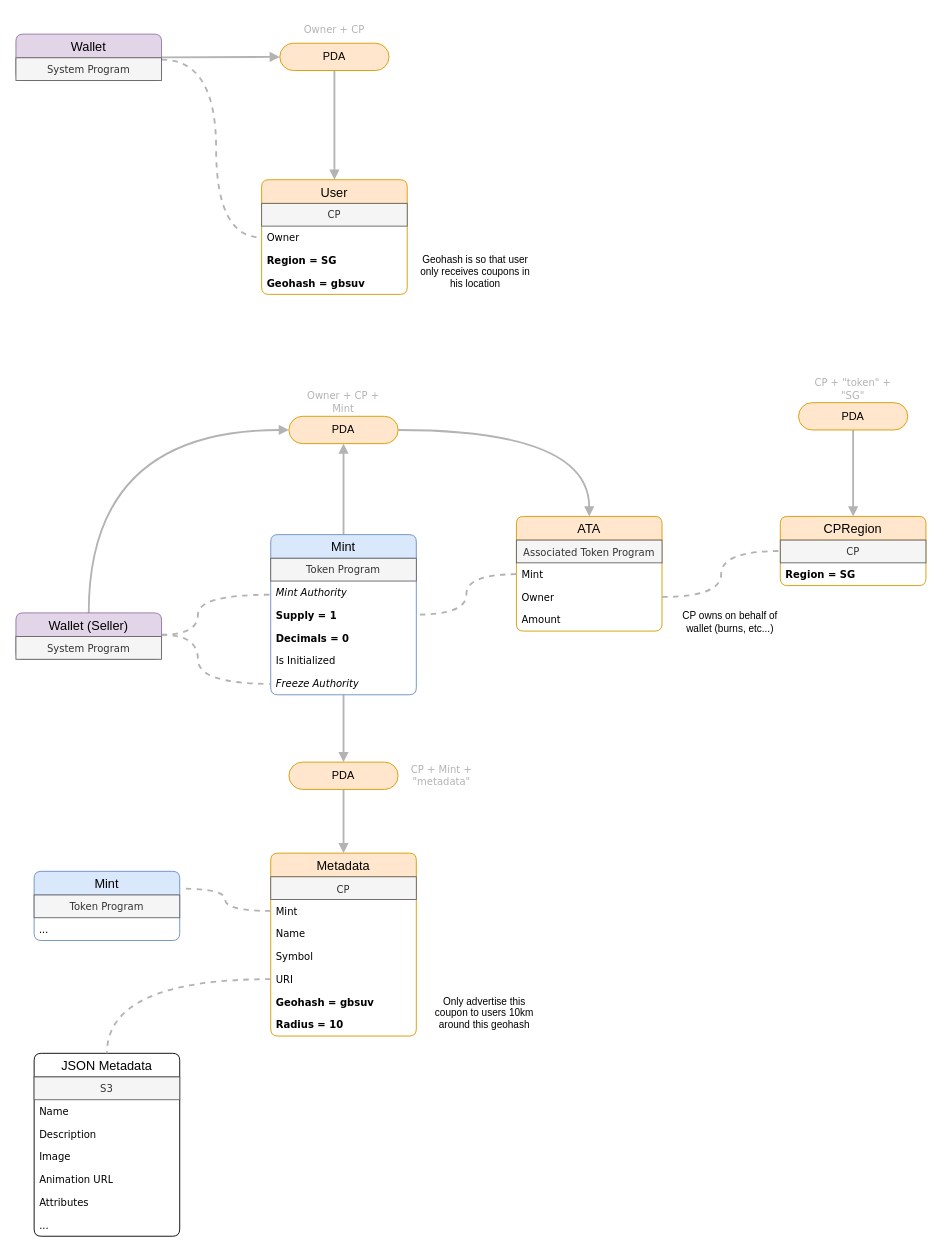
Above: RFCs/accounts.drawio in HMXHIU/christmas (draw.io), before the change. Source tidied: cells renumbered, new cells numbered last; positions are measured from the earlier drawing's top-left corner, leaving out a move shared by most shapes. Both pictures are drawn from the tidied source at 91%, with x=0, y=0 at pixel (15, 15).
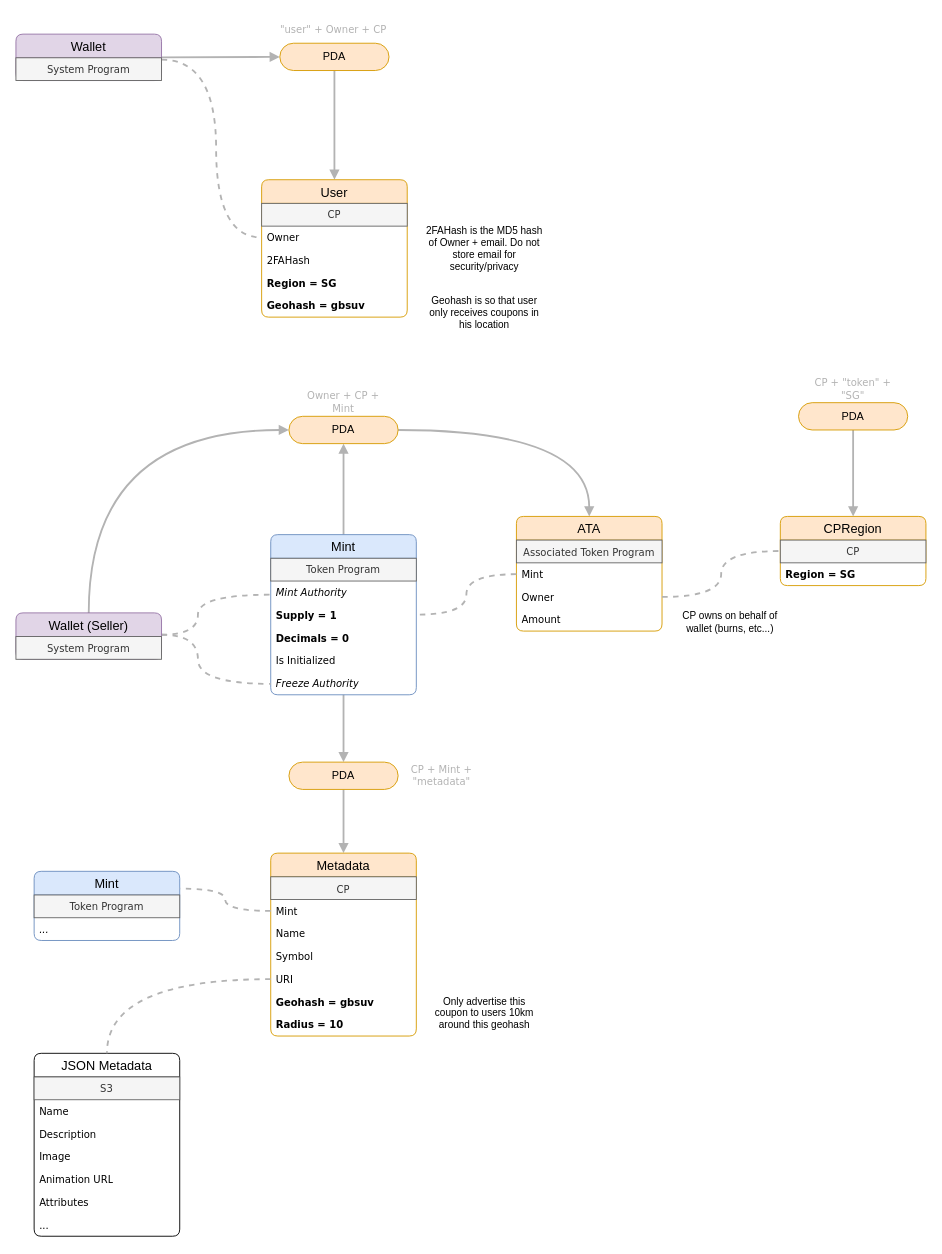
Above is the later version.

Change to the diagram source:
```diff
@@
     <mxCell id="8" value="User" style="swimlane;fontStyle=0;horizontal=1;startSize=26;align=center;fontSize=14;fillColor=#ffe6cc;strokeColor=#d79b00;arcSize=10;rounded=1;" parent="1" vertex="1">
-      <mxGeometry x="270" y="180" width="160" height="126" as="geometry" />
+      <mxGeometry x="270" y="180" width="160" height="151" as="geometry" />
     </mxCell>
@@
+    <mxCell id="71" value="2FAHash" style="text;spacingLeft=4;spacingRight=4;overflow=hidden;fontSize=11;whiteSpace=wrap;html=1;align=left;fontFamily=Verdana;" parent="8" vertex="1">
+      <mxGeometry y="76" width="160" height="25" as="geometry" />
+    </mxCell>
     <mxCell id="11" value="&lt;b&gt;Region = SG&lt;/b&gt;" style="text;spacingLeft=4;spacingRight=4;overflow=hidden;fontSize=11;whiteSpace=wrap;html=1;align=left;fontFamily=Verdana;" parent="8" vertex="1">
-      <mxGeometry y="76" width="160" height="25" as="geometry" />
+      <mxGeometry y="101" width="160" height="25" as="geometry" />
     </mxCell>
     <mxCell id="12" value="&lt;b&gt;Geohash =&amp;nbsp;gbsuv&lt;/b&gt;" style="text;spacingLeft=4;spacingRight=4;overflow=hidden;fontSize=11;whiteSpace=wrap;html=1;align=left;fontFamily=Verdana;" parent="8" vertex="1">
-      <mxGeometry y="101" width="160" height="25" as="geometry" />
+      <mxGeometry y="126" width="160" height="25" as="geometry" />
     </mxCell>
-    <mxCell id="13" value="Owner + CP" style="text;html=1;strokeColor=none;fillColor=none;align=center;verticalAlign=middle;whiteSpace=wrap;rounded=0;fontFamily=Verdana;fontColor=#B3B3B3;fontStyle=0;fontSize=11;" parent="1" vertex="1">
-      <mxGeometry x="302" width="96" height="30" as="geometry" />
+    <mxCell id="13" value="&quot;user&quot; + Owner + CP" style="text;html=1;strokeColor=none;fillColor=none;align=center;verticalAlign=middle;whiteSpace=wrap;rounded=0;fontFamily=Verdana;fontColor=#B3B3B3;fontStyle=0;fontSize=11;" parent="1" vertex="1">
+      <mxGeometry x="280" width="138" height="30" as="geometry" />
     </mxCell>
@@
     <mxCell id="60" value="Geohash is so that user only receives coupons in his location" style="text;html=1;strokeColor=none;fillColor=none;align=center;verticalAlign=middle;whiteSpace=wrap;rounded=0;fontSize=11;fontFamily=Helvetica;fontColor=default;" parent="1" vertex="1">
-      <mxGeometry x="440" y="255" width="130" height="51" as="geometry" />
+      <mxGeometry x="450" y="300" width="130" height="51" as="geometry" />
     </mxCell>
@@
+    <mxCell id="72" value="2FAHash is the MD5 hash of Owner + email. Do not store email for security/privacy" style="text;html=1;strokeColor=none;fillColor=none;align=center;verticalAlign=middle;whiteSpace=wrap;rounded=0;fontSize=11;fontFamily=Helvetica;fontColor=default;" parent="1" vertex="1">
+      <mxGeometry x="450" y="215.5" width="130" height="80" as="geometry" />
+    </mxCell>
```
